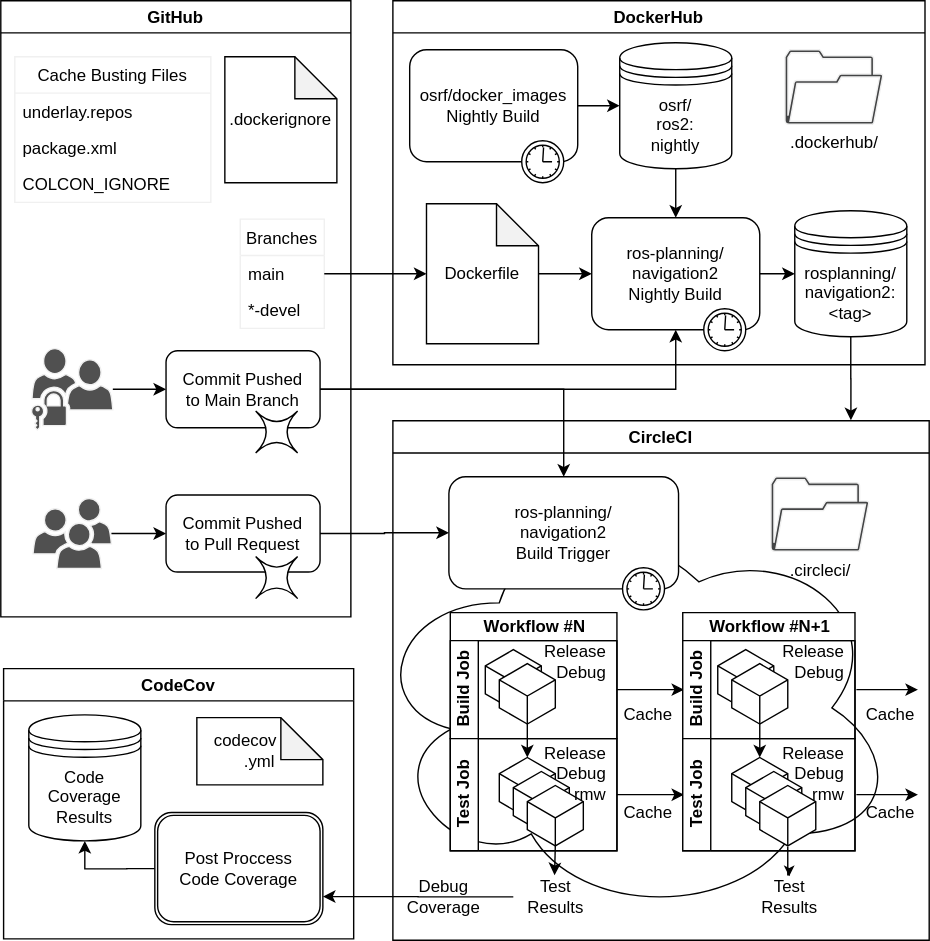
Above: doc/continuous_integration/figs/pipeline.svg in ros-navigation/navigation2 (draw.io), before the change. Source tidied: cells renumbered, new cells last; positions are measured from the earlier drawing's top-left corner, leaving out a move shared by most shapes.
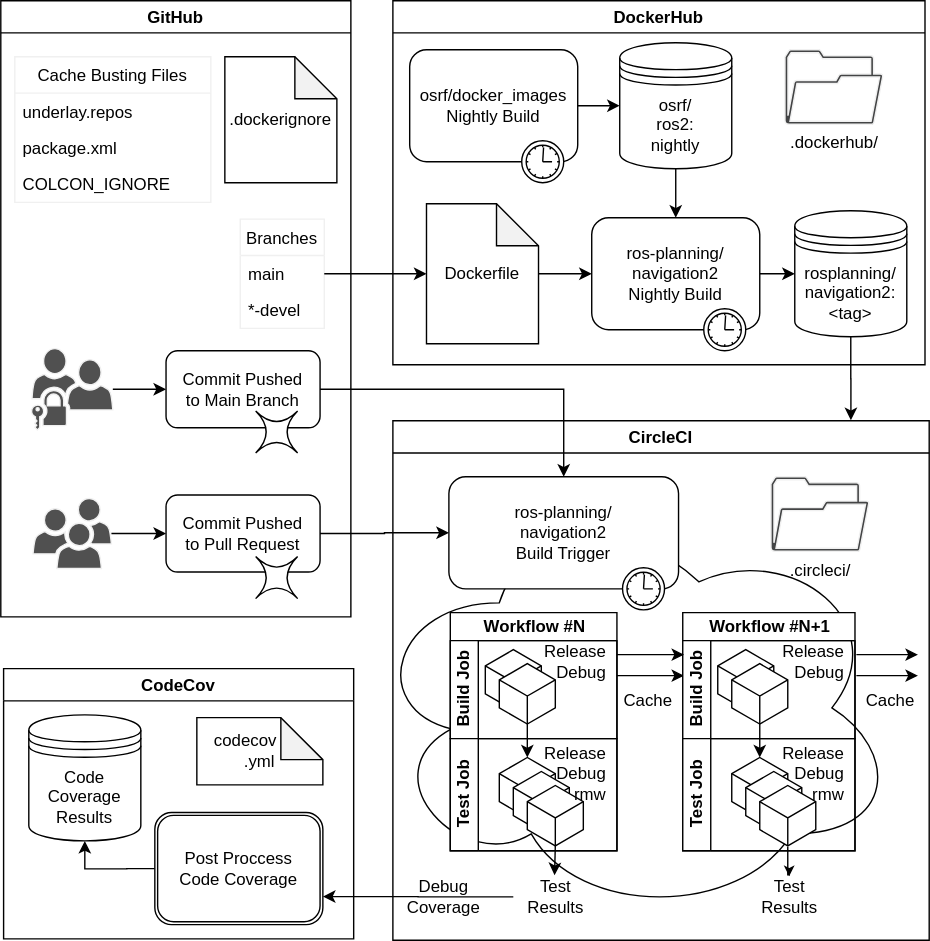
The same file after the commit.

Commit message:
Update figure now that `Autobuild` is disabled for the build rules on Dockerhub

The caches for release and debug jobs in the same workflow don't collide thanks to the different prefix in the cache key names.
Add two arrows to make that separation more apparent.

Also, correct the fact that test jobs don't reuse caches from prior test jobs, only from build jobs in the same workflow.

What changed in the source:
```diff
@@ -147,39 +147,23 @@
     <mxCell id="48" value="Test&lt;br&gt;Results" style="text;html=1;align=center;verticalAlign=middle;points=[];" parent="35" vertex="1">
       <mxGeometry x="253" y="325" width="60" height="30" as="geometry" />
     </mxCell>
-    <mxCell id="49" style="edgeStyle=orthogonalEdgeStyle;rounded=0;jettySize=auto;html=1;entryX=0;entryY=0.5;entryDx=0;entryDy=0;" parent="35" edge="1" source="37">
+    <mxCell id="49" style="edgeStyle=orthogonalEdgeStyle;rounded=0;orthogonalLoop=1;jettySize=auto;html=1;entryX=0;entryY=0.5;entryDx=0;entryDy=0;" parent="35" edge="1">
       <mxGeometry relative="1" as="geometry">
-        <mxPoint x="208" y="192" as="targetPoint" />
+        <mxPoint x="160" y="182" as="sourcePoint" />
+        <mxPoint x="208" y="182" as="targetPoint" />
       </mxGeometry>
     </mxCell>
-    <mxCell id="50" value="Cache" style="text;html=1;align=center;verticalAlign=middle;" parent="35" vertex="1">
-      <mxGeometry x="157" y="270" width="50" height="20" as="geometry" />
-    </mxCell>
-    <mxCell id="51" style="edgeStyle=orthogonalEdgeStyle;rounded=0;jettySize=auto;html=1;entryX=0;entryY=0.5;entryDx=0;entryDy=0;" parent="35" edge="1" source="41">
-      <mxGeometry relative="1" as="geometry">
-        <mxPoint x="208" y="267" as="targetPoint" />
-      </mxGeometry>
-    </mxCell>
     <mxCell id="52" value="Cache" style="text;html=1;align=center;verticalAlign=middle;" parent="35" vertex="1">
-      <mxGeometry x="157" y="200" width="50" height="20" as="geometry" />
+      <mxGeometry x="157" y="190" width="50" height="20" as="geometry" />
     </mxCell>
     <mxCell id="53" style="edgeStyle=orthogonalEdgeStyle;rounded=0;orthogonalLoop=1;jettySize=auto;html=1;entryX=0;entryY=0.5;entryDx=0;entryDy=0;" parent="35" edge="1">
       <mxGeometry relative="1" as="geometry">
-        <mxPoint x="331" y="192" as="sourcePoint" />
-        <mxPoint x="375" y="192" as="targetPoint" />
+        <mxPoint x="331" y="182" as="sourcePoint" />
+        <mxPoint x="375" y="182" as="targetPoint" />
       </mxGeometry>
     </mxCell>
-    <mxCell id="54" value="Cache" style="text;html=1;align=center;verticalAlign=middle;" parent="35" vertex="1">
-      <mxGeometry x="330" y="270" width="50" height="20" as="geometry" />
-    </mxCell>
-    <mxCell id="55" style="edgeStyle=orthogonalEdgeStyle;rounded=0;orthogonalLoop=1;jettySize=auto;html=1;entryX=0;entryY=0.5;entryDx=0;entryDy=0;" parent="35" edge="1">
-      <mxGeometry relative="1" as="geometry">
-        <mxPoint x="331" y="267" as="sourcePoint" />
-        <mxPoint x="375" y="267" as="targetPoint" />
-      </mxGeometry>
-    </mxCell>
     <mxCell id="56" value="Cache" style="text;html=1;align=center;verticalAlign=middle;" parent="35" vertex="1">
-      <mxGeometry x="330" y="200" width="50" height="20" as="geometry" />
+      <mxGeometry x="330" y="190" width="50" height="20" as="geometry" />
     </mxCell>
     <mxCell id="57" style="edgeStyle=orthogonalEdgeStyle;rounded=0;jettySize=auto;html=1;" parent="35" edge="1" source="71" target="48">
       <mxGeometry relative="1" as="geometry" />
@@ -249,9 +233,6 @@
     <mxCell id="78" style="edgeStyle=orthogonalEdgeStyle;rounded=0;jettySize=auto;html=1;entryX=1;entryY=0.75;entryDx=0;entryDy=0;" parent="1" edge="1" source="46" target="75">
       <mxGeometry relative="1" as="geometry" />
     </mxCell>
-    <mxCell id="79" style="edgeStyle=orthogonalEdgeStyle;rounded=0;jettySize=auto;html=1;entryX=0.5;entryY=1;entryDx=0;entryDy=0;" parent="1" edge="1" source="28" target="14">
-      <mxGeometry relative="1" as="geometry" />
-    </mxCell>
     <mxCell id="80" style="edgeStyle=orthogonalEdgeStyle;rounded=0;jettySize=auto;html=1;" parent="1" edge="1" source="28" target="59">
       <mxGeometry relative="1" as="geometry" />
     </mxCell>
@@ -267,5 +248,17 @@
     <mxCell id="84" value="Release&lt;br&gt;&lt;div style=&quot;text-align: right&quot;&gt;&lt;span&gt;Debug&lt;/span&gt;&lt;/div&gt;&lt;div style=&quot;text-align: right&quot;&gt;&lt;span&gt;rmw&lt;/span&gt;&lt;/div&gt;" style="text;html=1;align=center;verticalAlign=middle;" parent="1" vertex="1">
       <mxGeometry x="380" y="527" width="60" height="50" as="geometry" />
     </mxCell>
+    <mxCell id="85" style="edgeStyle=orthogonalEdgeStyle;rounded=0;orthogonalLoop=1;jettySize=auto;html=1;entryX=0;entryY=0.5;entryDx=0;entryDy=0;" parent="1" edge="1">
+      <mxGeometry relative="1" as="geometry">
+        <mxPoint x="611" y="467" as="sourcePoint" />
+        <mxPoint x="655" y="467" as="targetPoint" />
+      </mxGeometry>
+    </mxCell>
+    <mxCell id="86" style="edgeStyle=orthogonalEdgeStyle;rounded=0;orthogonalLoop=1;jettySize=auto;html=1;entryX=0;entryY=0.5;entryDx=0;entryDy=0;" parent="1" edge="1">
+      <mxGeometry relative="1" as="geometry">
+        <mxPoint x="440" y="467" as="sourcePoint" />
+        <mxPoint x="488" y="467" as="targetPoint" />
+      </mxGeometry>
+    </mxCell>
   </root>
 </mxGraphModel>
```
